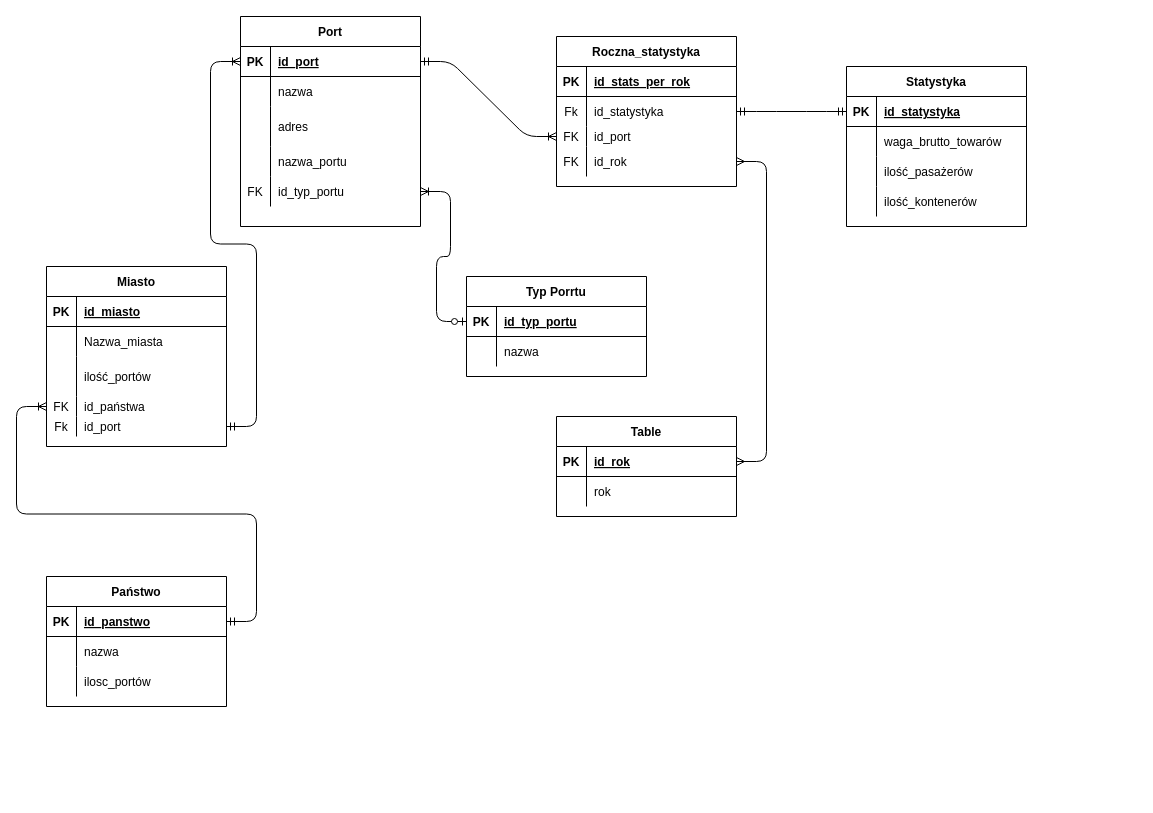
finalkiwii/databases-umbrellas keeps this draw.io diagram as page "Page-2" (2 of 2) of porty-merged.drawio. Above is the earlier version. Source tidied: cells renumbered, new cells numbered last; positions are measured from the earlier drawing's top-left corner, leaving out a move shared by most shapes. Both pictures are drawn from the tidied source at 100%, with x=0, y=0 at pixel (46, 16).
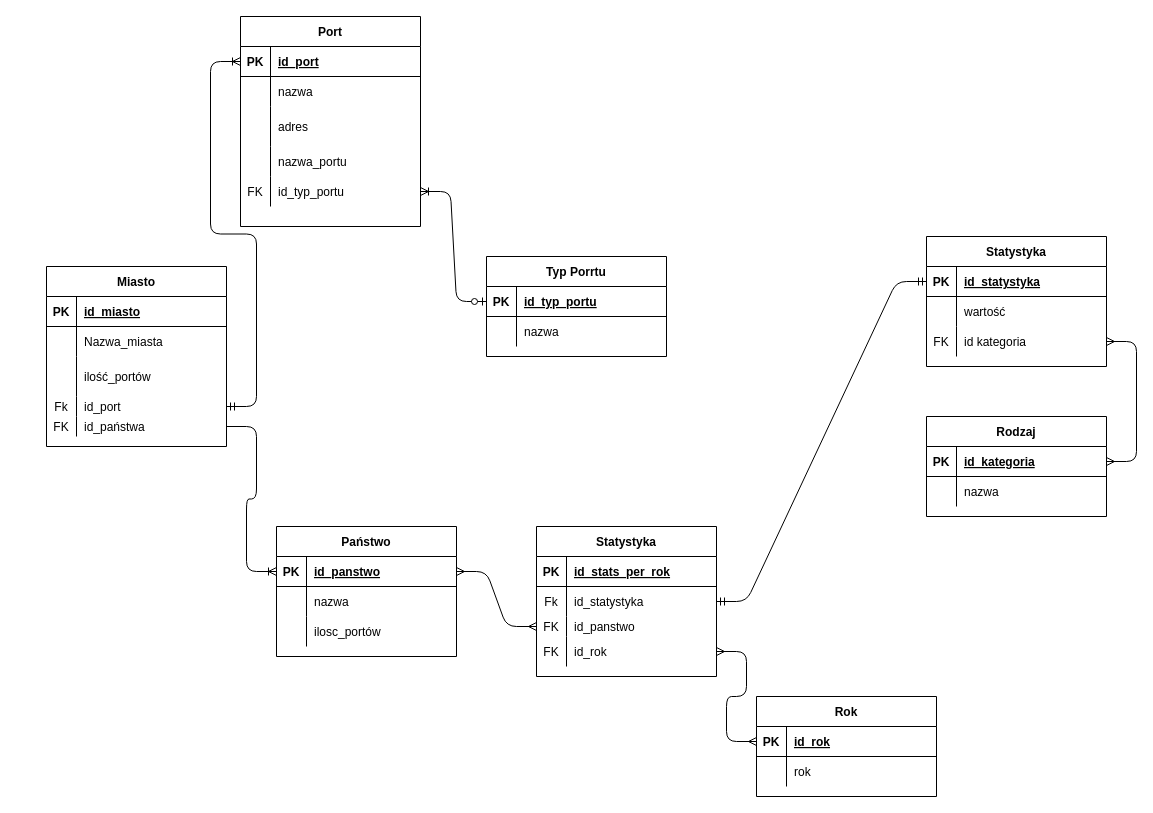
The same diagram, later.

Unchanged cells that the change refers to:
```xml
<mxCell id="3" value="Miasto" style="shape=table;startSize=30;childLayout=tableLayout;rowLines=0;fontStyle=1;align=center;" parent="1" vertex="1">
  <mxGeometry y="250" width="180" height="180" as="geometry" />
</mxCell>
<mxCell id="20" style="shape=partialRectangle;fillColor=none;top=0;left=0;bottom=1;right=0;points=[[0,0.5],[1,0.5]];portConstraint=eastwest;" parent="19" vertex="1">
  <mxGeometry y="30" width="180" height="30" as="geometry" />
</mxCell>
<mxCell id="30" style="shape=partialRectangle;fillColor=none;top=0;left=0;bottom=1;right=0;points=[[0,0.5],[1,0.5]];portConstraint=eastwest;" parent="29" vertex="1">
  <mxGeometry y="30" width="180" height="30" as="geometry" />
</mxCell>
<mxCell id="52" style="shape=partialRectangle;fillColor=none;top=0;left=0;bottom=0;right=0;points=[[0,0.5],[1,0.5]];portConstraint=eastwest;" parent="45" vertex="1">
  <mxGeometry y="90" width="180" height="20" as="geometry" />
</mxCell>
<mxCell id="55" style="shape=partialRectangle;fillColor=none;top=0;left=0;bottom=0;right=0;points=[[0,0.5],[1,0.5]];portConstraint=eastwest;" parent="45" vertex="1">
  <mxGeometry y="110" width="180" height="30" as="geometry" />
</mxCell>
<mxCell id="67" style="shape=partialRectangle;fillColor=none;top=0;left=0;bottom=0;right=0;points=[[0,0.5],[1,0.5]];portConstraint=eastwest;" parent="60" vertex="1">
  <mxGeometry y="90" width="180" height="30" as="geometry" />
</mxCell>
<mxCell id="82" style="shape=partialRectangle;fillColor=none;top=0;left=0;bottom=1;right=0;points=[[0,0.5],[1,0.5]];portConstraint=eastwest;" parent="81" vertex="1">
  <mxGeometry y="30" width="180" height="30" as="geometry" />
</mxCell>
```

The edit, as a diff of the source:
```diff
@@
+    <mxCell id="16" style="shape=partialRectangle;fillColor=none;top=0;left=0;bottom=0;right=0;points=[[0,0.5],[1,0.5]];portConstraint=eastwest;" parent="3" vertex="1">
+      <mxGeometry y="130" width="180" height="20" as="geometry" />
+    </mxCell>
+    <mxCell id="17" value="Fk" style="shape=partialRectangle;fillColor=none;top=0;left=0;bottom=0;right=0;overflow=hidden;" parent="16" vertex="1">
+      <mxGeometry width="30" height="20" as="geometry" />
+    </mxCell>
+    <mxCell id="18" value="id_port" style="shape=partialRectangle;fillColor=none;top=0;left=0;bottom=0;right=0;align=left;spacingLeft=6;overflow=hidden;" parent="16" vertex="1">
+      <mxGeometry x="30" width="150" height="20" as="geometry" />
+    </mxCell>
     <mxCell id="13" style="shape=partialRectangle;fillColor=none;top=0;left=0;bottom=0;right=0;points=[[0,0.5],[1,0.5]];portConstraint=eastwest;" parent="3" vertex="1">
-      <mxGeometry y="130" width="180" height="20" as="geometry" />
+      <mxGeometry y="150" width="180" height="20" as="geometry" />
     </mxCell>
@@
-    <mxCell id="16" style="shape=partialRectangle;fillColor=none;top=0;left=0;bottom=0;right=0;points=[[0,0.5],[1,0.5]];portConstraint=eastwest;" parent="3" vertex="1">
-      <mxGeometry y="150" width="180" height="20" as="geometry" />
-    </mxCell>
-    <mxCell id="17" value="Fk" style="shape=partialRectangle;fillColor=none;top=0;left=0;bottom=0;right=0;overflow=hidden;" parent="16" vertex="1">
-      <mxGeometry width="30" height="20" as="geometry" />
-    </mxCell>
-    <mxCell id="18" value="id_port" style="shape=partialRectangle;fillColor=none;top=0;left=0;bottom=0;right=0;align=left;spacingLeft=6;overflow=hidden;" parent="16" vertex="1">
-      <mxGeometry x="30" width="150" height="20" as="geometry" />
-    </mxCell>
     <mxCell id="19" value="Państwo" style="shape=table;startSize=30;childLayout=tableLayout;rowLines=0;fontStyle=1;align=center;" parent="1" vertex="1">
-      <mxGeometry y="560" width="180" height="130" as="geometry" />
+      <mxGeometry x="230" y="510" width="180" height="130" as="geometry" />
     </mxCell>
@@
-    <mxCell id="45" value="Roczna_statystyka" style="shape=table;startSize=30;childLayout=tableLayout;rowLines=0;fontStyle=1;align=center;" parent="1" vertex="1">
-      <mxGeometry x="510" y="20" width="180" height="150" as="geometry" />
+    <mxCell id="45" value="Statystyka" style="shape=table;startSize=30;childLayout=tableLayout;rowLines=0;fontStyle=1;align=center;" parent="1" vertex="1">
+      <mxGeometry x="490" y="510" width="180" height="150" as="geometry" />
     </mxCell>
@@
-    <mxCell id="54" value="id_port" style="shape=partialRectangle;fillColor=none;top=0;left=0;bottom=0;right=0;align=left;spacingLeft=6;overflow=hidden;" parent="52" vertex="1">
+    <mxCell id="54" value="id_panstwo" style="shape=partialRectangle;fillColor=none;top=0;left=0;bottom=0;right=0;align=left;spacingLeft=6;overflow=hidden;" parent="52" vertex="1">
       <mxGeometry x="30" width="150" height="20" as="geometry" />
     </mxCell>
@@
-    <mxCell id="58" style="edgeStyle=entityRelationEdgeStyle;fontSize=12;html=1;endArrow=ERoneToMany;startArrow=ERmandOne;jumpStyle=gap;exitX=1;exitY=0.5;exitDx=0;exitDy=0;" parent="1" edge="1" source="20">
-      <mxGeometry relative="1" as="geometry">
-        <mxPoint y="390" as="targetPoint" />
-      </mxGeometry>
-    </mxCell>
-    <mxCell id="59" style="edgeStyle=entityRelationEdgeStyle;fontSize=12;html=1;endArrow=ERoneToMany;startArrow=ERmandOne;exitX=1;exitY=0.5;exitDx=0;exitDy=0;" parent="1" edge="1" source="30" target="52">
-      <mxGeometry relative="1" as="geometry" />
-    </mxCell>
     <mxCell id="60" value="Statystyka" style="shape=table;startSize=30;childLayout=tableLayout;rowLines=0;fontStyle=1;align=center;" parent="1" vertex="1">
-      <mxGeometry x="800" y="50" width="180" height="160" as="geometry" />
+      <mxGeometry x="880" y="220" width="180" height="130" as="geometry" />
     </mxCell>
@@
-    <mxCell id="64" style="shape=partialRectangle;fillColor=none;top=0;left=0;bottom=0;right=0;" parent="60" vertex="1">
-      <mxGeometry y="60" width="180" height="30" as="geometry" />
-    </mxCell>
-    <mxCell id="65" style="shape=partialRectangle;fillColor=none;top=0;left=0;bottom=0;right=0;overflow=hidden;" parent="64" vertex="1">
-      <mxGeometry width="30" height="30" as="geometry" />
-    </mxCell>
-    <mxCell id="66" value="waga_brutto_towarów" style="shape=partialRectangle;fillColor=none;top=0;left=0;bottom=0;right=0;align=left;spacingLeft=6;overflow=hidden;" parent="64" vertex="1">
-      <mxGeometry x="30" width="150" height="30" as="geometry" />
-    </mxCell>
+    <mxCell id="90" style="shape=partialRectangle;fillColor=none;top=0;left=0;bottom=0;right=0;" parent="60" vertex="1">
+      <mxGeometry y="60" width="180" height="30" as="geometry" />
+    </mxCell>
+    <mxCell id="91" style="shape=partialRectangle;fillColor=none;top=0;left=0;bottom=0;right=0;overflow=hidden;" parent="90" vertex="1">
+      <mxGeometry width="30" height="30" as="geometry" />
+    </mxCell>
+    <mxCell id="92" value="wartość" style="shape=partialRectangle;fillColor=none;top=0;left=0;bottom=0;right=0;align=left;spacingLeft=6;overflow=hidden;" parent="90" vertex="1">
+      <mxGeometry x="30" width="150" height="30" as="geometry" />
+    </mxCell>
@@
-    <mxCell id="68" style="shape=partialRectangle;fillColor=none;top=0;left=0;bottom=0;right=0;overflow=hidden;" parent="67" vertex="1">
-      <mxGeometry width="30" height="30" as="geometry" />
-    </mxCell>
-    <mxCell id="69" value="ilość_pasażerów" style="shape=partialRectangle;fillColor=none;top=0;left=0;bottom=0;right=0;align=left;spacingLeft=6;overflow=hidden;" parent="67" vertex="1">
-      <mxGeometry x="30" width="150" height="30" as="geometry" />
-    </mxCell>
-    <mxCell id="70" style="shape=partialRectangle;fillColor=none;top=0;left=0;bottom=0;right=0;" parent="60" vertex="1">
-      <mxGeometry y="120" width="180" height="30" as="geometry" />
-    </mxCell>
-    <mxCell id="71" style="shape=partialRectangle;fillColor=none;top=0;left=0;bottom=0;right=0;overflow=hidden;" parent="70" vertex="1">
-      <mxGeometry width="30" height="30" as="geometry" />
-    </mxCell>
-    <mxCell id="72" value="ilość_kontenerów" style="shape=partialRectangle;fillColor=none;top=0;left=0;bottom=0;right=0;align=left;spacingLeft=6;overflow=hidden;" parent="70" vertex="1">
-      <mxGeometry x="30" width="150" height="30" as="geometry" />
-    </mxCell>
+    <mxCell id="93" value="FK" style="shape=partialRectangle;fillColor=none;top=0;left=0;bottom=0;right=0;overflow=hidden;" parent="67" vertex="1">
+      <mxGeometry width="30" height="30" as="geometry" />
+    </mxCell>
+    <mxCell id="94" value="id kategoria" style="shape=partialRectangle;fillColor=none;top=0;left=0;bottom=0;right=0;align=left;spacingLeft=6;overflow=hidden;" parent="67" vertex="1">
+      <mxGeometry x="30" width="150" height="30" as="geometry" />
+    </mxCell>
@@
     <mxCell id="74" value="Typ Porrtu" style="shape=table;startSize=30;childLayout=tableLayout;rowLines=0;fontStyle=1;align=center;" parent="1" vertex="1">
-      <mxGeometry x="420" y="260" width="180" height="100" as="geometry" />
+      <mxGeometry x="440" y="240" width="180" height="100" as="geometry" />
     </mxCell>
@@
-    <mxCell id="81" value="Table" style="shape=table;startSize=30;childLayout=tableLayout;rowLines=0;fontStyle=1;align=center;" parent="1" vertex="1">
-      <mxGeometry x="510" y="400" width="180" height="100" as="geometry" />
+    <mxCell id="81" value="Rok" style="shape=table;startSize=30;childLayout=tableLayout;rowLines=0;fontStyle=1;align=center;" parent="1" vertex="1">
+      <mxGeometry x="710" y="680" width="180" height="100" as="geometry" />
     </mxCell>
@@
-    <mxCell id="88" style="edgeStyle=entityRelationEdgeStyle;fontSize=12;html=1;endArrow=ERmany;startArrow=ERmany;entryX=1;entryY=0.5;entryDx=0;entryDy=0;exitX=1;exitY=0.5;exitDx=0;exitDy=0;" parent="1" edge="1" source="55" target="82">
+    <mxCell id="88" style="edgeStyle=entityRelationEdgeStyle;fontSize=12;html=1;endArrow=ERmany;startArrow=ERmany;entryX=0;entryY=0.5;entryDx=0;entryDy=0;exitX=1;exitY=0.5;exitDx=0;exitDy=0;" parent="1" edge="1" source="55" target="82">
       <mxGeometry relative="1" as="geometry" />
     </mxCell>
@@
+    <mxCell id="95" value="Rodzaj" style="shape=table;startSize=30;childLayout=tableLayout;rowLines=0;fontStyle=1;align=center;" parent="1" vertex="1">
+      <mxGeometry x="880" y="400" width="180" height="100" as="geometry" />
+    </mxCell>
+    <mxCell id="96" style="shape=partialRectangle;fillColor=none;top=0;left=0;bottom=1;right=0;points=[[0,0.5],[1,0.5]];portConstraint=eastwest;" parent="95" vertex="1">
+      <mxGeometry y="30" width="180" height="30" as="geometry" />
+    </mxCell>
+    <mxCell id="97" value="PK" style="shape=partialRectangle;fillColor=none;top=0;left=0;bottom=0;right=0;fontStyle=1;overflow=hidden;" parent="96" vertex="1">
+      <mxGeometry width="30" height="30" as="geometry" />
+    </mxCell>
+    <mxCell id="98" value="id_kategoria" style="shape=partialRectangle;fillColor=none;top=0;left=0;bottom=0;right=0;align=left;spacingLeft=6;fontStyle=5;overflow=hidden;" parent="96" vertex="1">
+      <mxGeometry x="30" width="150" height="30" as="geometry" />
+    </mxCell>
+    <mxCell id="99" style="shape=partialRectangle;fillColor=none;top=0;left=0;bottom=0;right=0;" parent="95" vertex="1">
+      <mxGeometry y="60" width="180" height="30" as="geometry" />
+    </mxCell>
+    <mxCell id="100" style="shape=partialRectangle;fillColor=none;top=0;left=0;bottom=0;right=0;overflow=hidden;" parent="99" vertex="1">
+      <mxGeometry width="30" height="30" as="geometry" />
+    </mxCell>
+    <mxCell id="101" value="nazwa" style="shape=partialRectangle;fillColor=none;top=0;left=0;bottom=0;right=0;align=left;spacingLeft=6;overflow=hidden;" parent="99" vertex="1">
+      <mxGeometry x="30" width="150" height="30" as="geometry" />
+    </mxCell>
+    <mxCell id="102" style="edgeStyle=entityRelationEdgeStyle;fontSize=12;html=1;endArrow=ERoneToMany;jumpStyle=arc;entryX=0;entryY=0.5;entryDx=0;entryDy=0;rounded=1;" parent="1" edge="1" source="13" target="20">
+      <mxGeometry relative="1" as="geometry" />
+    </mxCell>
+    <mxCell id="103" style="edgeStyle=entityRelationEdgeStyle;fontSize=12;html=1;endArrow=ERmany;startArrow=ERmany;exitX=1;exitY=0.5;exitDx=0;exitDy=0;entryX=0;entryY=0.5;entryDx=0;entryDy=0;" parent="1" edge="1" source="20" target="52">
+      <mxGeometry relative="1" as="geometry" />
+    </mxCell>
+    <mxCell id="104" style="edgeStyle=entityRelationEdgeStyle;fontSize=12;html=1;endArrow=ERmany;startArrow=ERmany;exitX=1;exitY=0.5;exitDx=0;exitDy=0;entryX=1;entryY=0.5;entryDx=0;entryDy=0;" parent="1" edge="1" source="96" target="67">
+      <mxGeometry relative="1" as="geometry" />
+    </mxCell>
```
